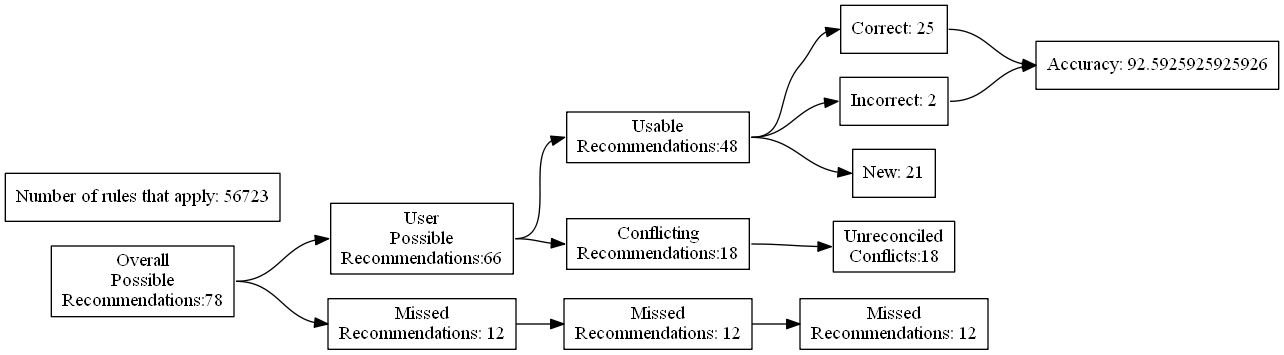
ZaxR/ibd_diet_analysis keeps this Graphviz diagram as test_renders/59.gv.png. Above is the earlier version. Its source is kept beside it as test_renders/59.gv.
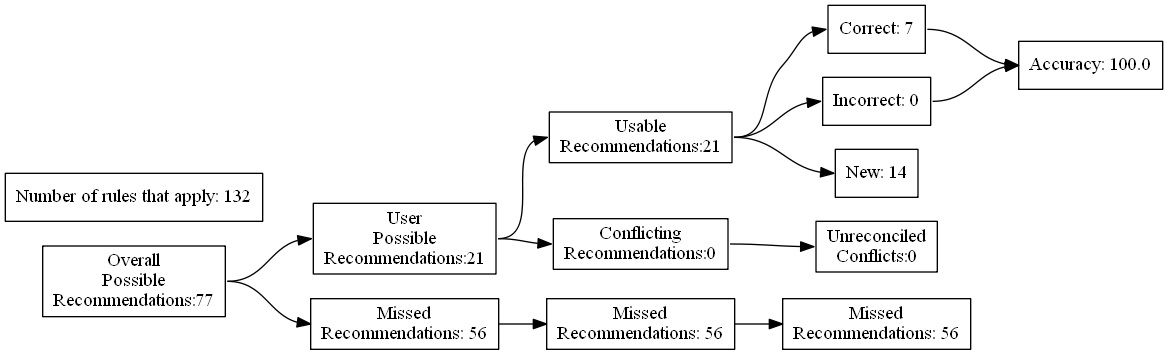
Above is the later version.

What changed in the source:
```diff
@@ -4,27 +4,27 @@
 	edge [headport=w tailport=e]
 		A [label="Overall
 Possible
-Recommendations:78"]
+Recommendations:77"]
 		B [label="User
 Possible
-Recommendations:66"]
+Recommendations:21"]
 		C [label="Missed
-Recommendations: 12"]
+Recommendations: 56"]
 		D [label="Usable
-Recommendations:48"]
+Recommendations:21"]
 		E [label="Conflicting
-Recommendations:18"]
+Recommendations:0"]
 		J [label="Missed
-Recommendations: 12"]
+Recommendations: 56"]
 		M [label="Unreconciled
-Conflicts:18"]
-		F [label="Correct: 25"]
-		G [label="Incorrect: 2"]
-		H [label="New: 21"]
+Conflicts:0"]
+		F [label="Correct: 7"]
+		G [label="Incorrect: 0"]
+		H [label="New: 14"]
 		K [label="Missed
-Recommendations: 12"]
-		I [label="Accuracy: 92.5925925925926"]
-		l [label="Number of rules that apply: 56723"]
+Recommendations: 56"]
+		I [label="Accuracy: 100.0"]
+		l [label="Number of rules that apply: 132"]
 			A -> B
 			A -> C
 			B -> D
```
